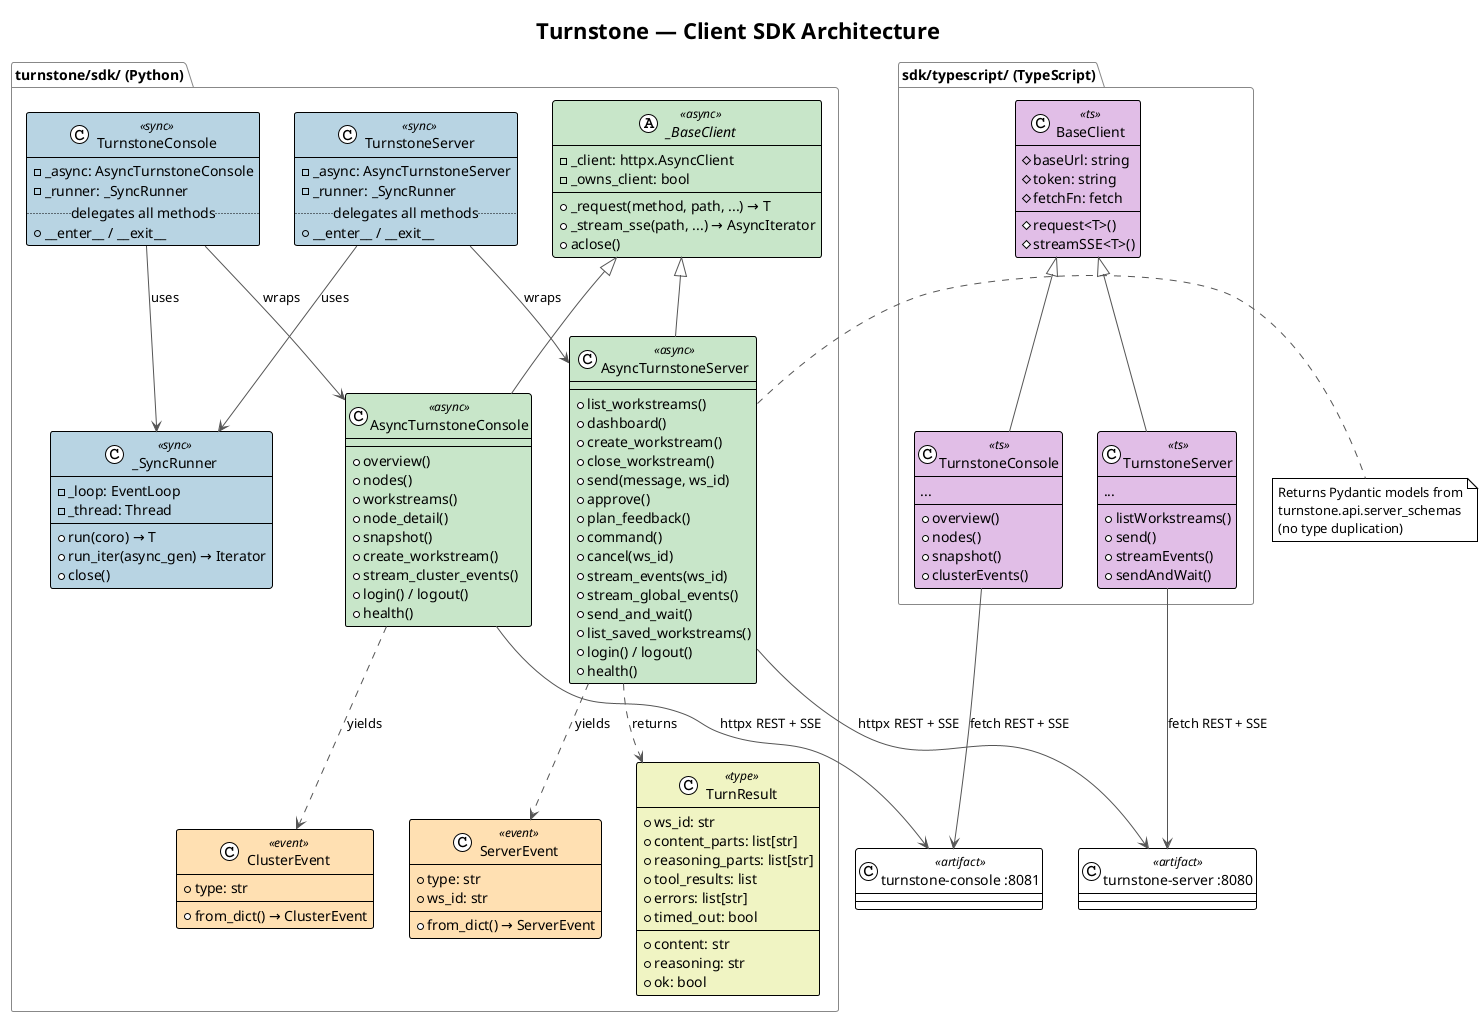
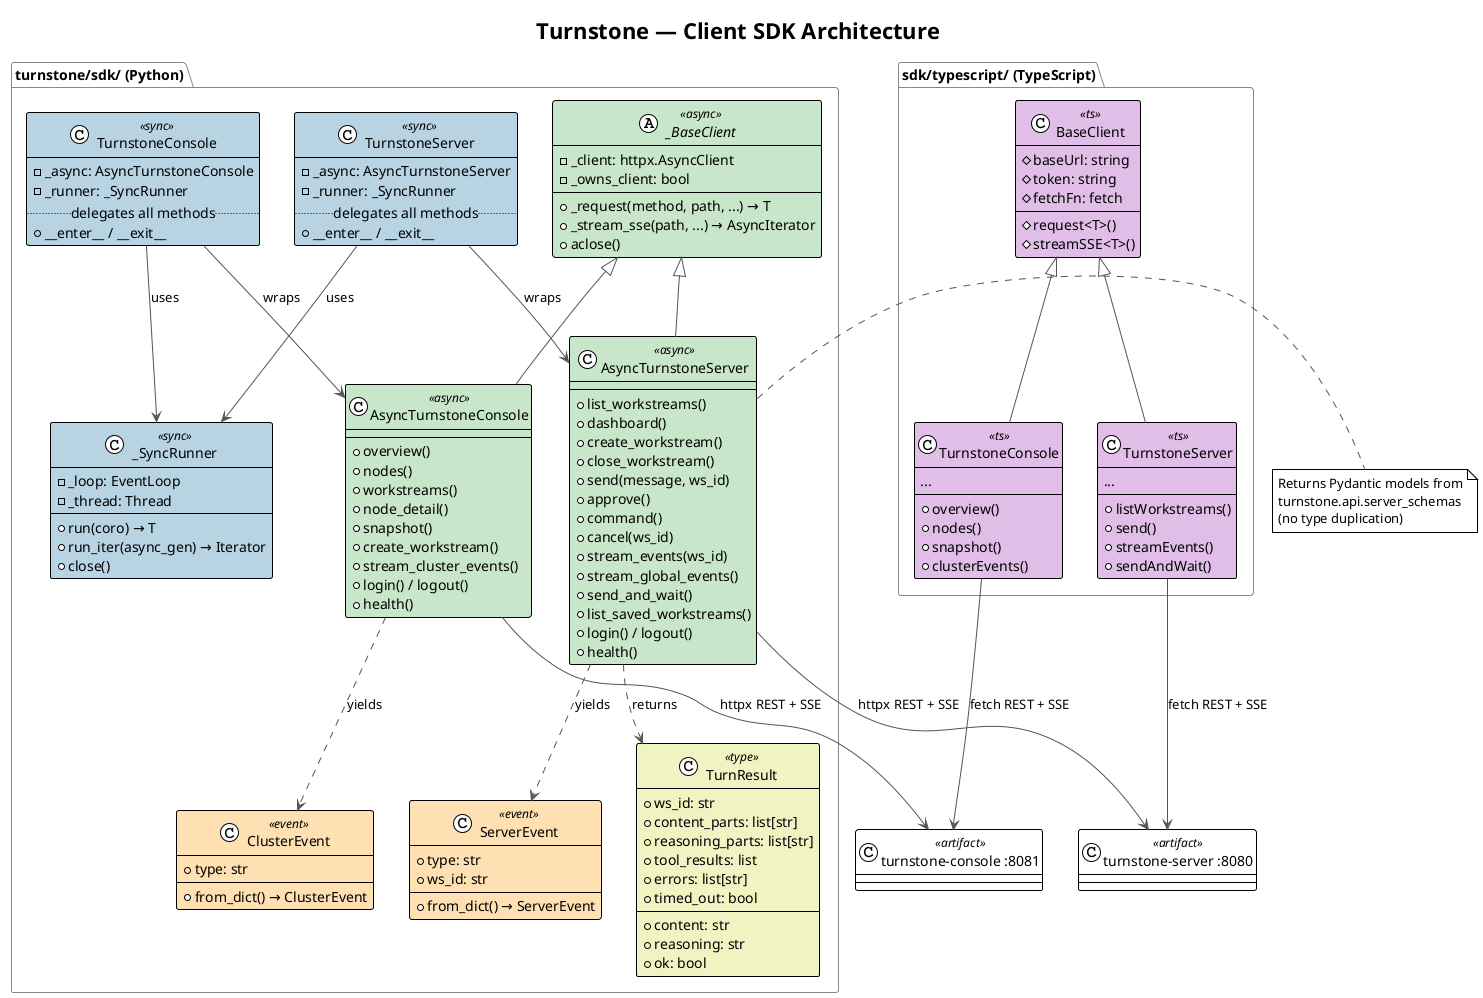
@startuml
!theme plain
title Turnstone — Client SDK Architecture

skinparam class {
    BackgroundColor<<async>> #C8E6C9
    BackgroundColor<<sync>> #B8D4E3
    BackgroundColor<<event>> #FFE0B2
    BackgroundColor<<type>> #F0F4C3
    BackgroundColor<<ts>> #E1BEE7
}

skinparam packageBorderColor #888888
skinparam ArrowColor #555555

' Python SDK
package "turnstone/sdk/ (Python)" {
    abstract class _BaseClient <<async>> {
        - _client: httpx.AsyncClient
        - _owns_client: bool
        + _request(method, path, ...) → T
        + _stream_sse(path, ...) → AsyncIterator
        + aclose()
    }

    class AsyncTurnstoneServer <<async>> {
        + list_workstreams()
        + dashboard()
        + create_workstream()
        + close_workstream()
        + send(message, ws_id)
        + approve()
-         + plan_feedback()
        + command()
        + cancel(ws_id)
        + stream_events(ws_id)
        + stream_global_events()
        + send_and_wait()
        + list_saved_workstreams()
        + login() / logout()
        + health()
    }

    class AsyncTurnstoneConsole <<async>> {
        + overview()
        + nodes()
        + workstreams()
        + node_detail()
        + snapshot()
        + create_workstream()
        + stream_cluster_events()
        + login() / logout()
        + health()
    }

    class TurnstoneServer <<sync>> {
        - _async: AsyncTurnstoneServer
        - _runner: _SyncRunner
        .. delegates all methods ..
        + __enter__ / __exit__
    }

    class TurnstoneConsole <<sync>> {
        - _async: AsyncTurnstoneConsole
        - _runner: _SyncRunner
        .. delegates all methods ..
        + __enter__ / __exit__
    }

    class _SyncRunner <<sync>> {
        - _loop: EventLoop
        - _thread: Thread
        + run(coro) → T
        + run_iter(async_gen) → Iterator
        + close()
    }

    class TurnResult <<type>> {
        + ws_id: str
        + content_parts: list[str]
        + reasoning_parts: list[str]
        + tool_results: list
        + errors: list[str]
        + timed_out: bool
        --
        + content: str
        + reasoning: str
        + ok: bool
    }

    class ServerEvent <<event>> {
        + type: str
        + ws_id: str
        + from_dict() → ServerEvent
    }

    class ClusterEvent <<event>> {
        + type: str
        + from_dict() → ClusterEvent
    }

    _BaseClient <|-- AsyncTurnstoneServer
    _BaseClient <|-- AsyncTurnstoneConsole
    TurnstoneServer --> AsyncTurnstoneServer : wraps
    TurnstoneServer --> _SyncRunner : uses
    TurnstoneConsole --> AsyncTurnstoneConsole : wraps
    TurnstoneConsole --> _SyncRunner : uses
    AsyncTurnstoneServer ..> TurnResult : returns
    AsyncTurnstoneServer ..> ServerEvent : yields
    AsyncTurnstoneConsole ..> ClusterEvent : yields
}

' TypeScript SDK
package "sdk/typescript/ (TypeScript)" {
    class "BaseClient" as TSBase <<ts>> {
        # baseUrl: string
        # token: string
        # fetchFn: fetch
        # request<T>()
        # streamSSE<T>()
    }

    class "TurnstoneServer" as TSServer <<ts>> {
        + listWorkstreams()
        + send()
        + streamEvents()
        + sendAndWait()
        ...
    }

    class "TurnstoneConsole" as TSConsole <<ts>> {
        + overview()
        + nodes()
        + snapshot()
        + clusterEvents()
        ...
    }

    TSBase <|-- TSServer
    TSBase <|-- TSConsole
}

' External connections
class "turnstone-server :8080" as Server <<artifact>>
class "turnstone-console :8081" as Console <<artifact>>

AsyncTurnstoneServer --> Server : httpx REST + SSE
AsyncTurnstoneConsole --> Console : httpx REST + SSE
TSServer --> Server : fetch REST + SSE
TSConsole --> Console : fetch REST + SSE

note right of AsyncTurnstoneServer
  Returns Pydantic models from
  turnstone.api.server_schemas
  (no type duplication)
end note

@enduml
